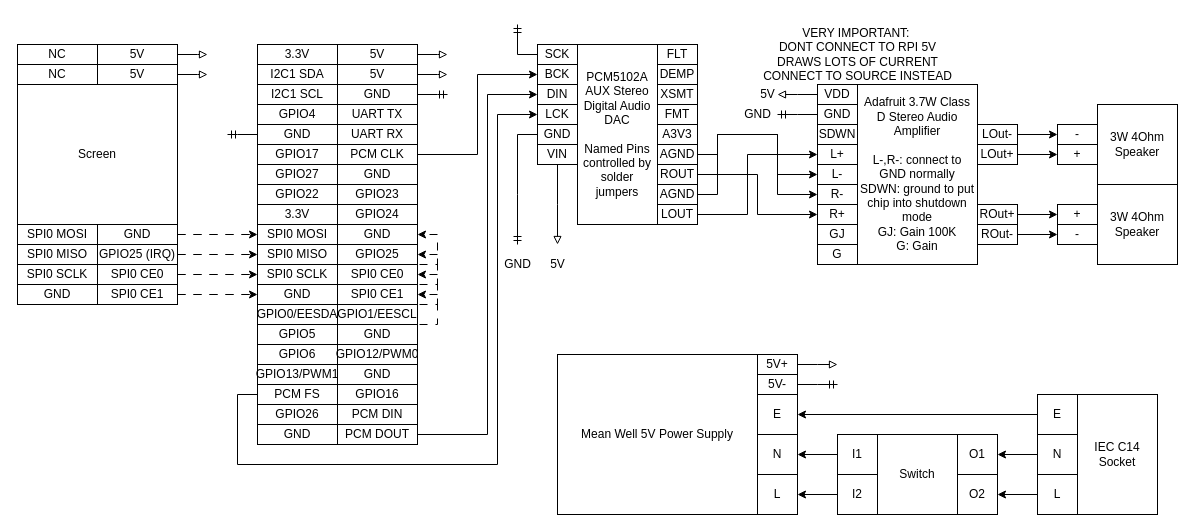
starmaid/rpi-synth keeps this draw.io diagram as page "wiring" (1 of 2) of cad/keys.drawio. Above is the earlier version. Source tidied: cells renumbered, new cells numbered last; positions are measured from the earlier drawing's top-left corner, leaving out a move shared by most shapes. Both pictures are drawn from the tidied source at 100%, with x=0, y=0 at pixel (17, 19).
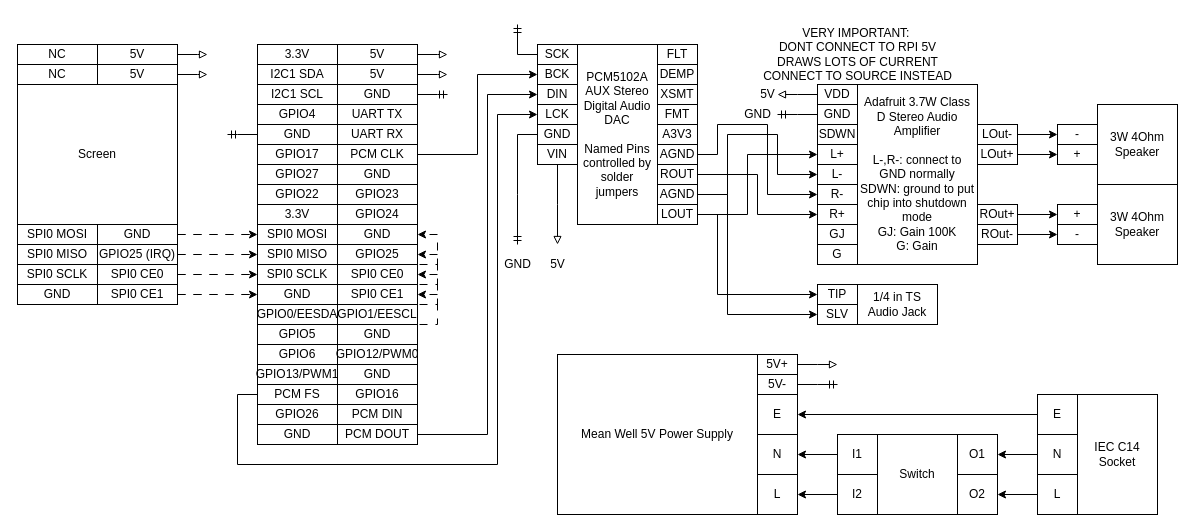
The same diagram, later.

Unchanged cells that the change refers to:
```xml
<mxCell id="81" value="R-" style="rounded=0;whiteSpace=wrap;html=1;rotation=0;" parent="1" vertex="1">
  <mxGeometry x="800" y="165" width="40" height="20" as="geometry" />
</mxCell>
<mxCell id="82" value="L-" style="rounded=0;whiteSpace=wrap;html=1;rotation=0;" parent="1" vertex="1">
  <mxGeometry x="800" y="145" width="40" height="20" as="geometry" />
</mxCell>
<mxCell id="111" value="AGND" style="rounded=0;whiteSpace=wrap;html=1;rotation=0;" parent="1" vertex="1">
  <mxGeometry x="640" y="165" width="40" height="20" as="geometry" />
</mxCell>
<mxCell id="115" value="AGND" style="rounded=0;whiteSpace=wrap;html=1;rotation=0;" parent="1" vertex="1">
  <mxGeometry x="640" y="125" width="40" height="20" as="geometry" />
</mxCell>
<mxCell id="117" value="LOUT" style="rounded=0;whiteSpace=wrap;html=1;rotation=0;" parent="1" vertex="1">
  <mxGeometry x="640" y="185" width="40" height="20" as="geometry" />
</mxCell>
```

The edit, as a diff of the source:
```diff
@@
     <mxCell id="110" style="edgeStyle=orthogonalEdgeStyle;rounded=0;jettySize=auto;html=1;entryX=0;entryY=0.5;entryDx=0;entryDy=0;" parent="1" edge="1" source="111" target="82">
       <mxGeometry relative="1" as="geometry">
         <Array as="points">
-          <mxPoint x="700" y="175" />
-          <mxPoint x="700" y="115" />
+          <mxPoint x="710" y="175" />
+          <mxPoint x="710" y="115" />
           <mxPoint x="760" y="115" />
           <mxPoint x="760" y="155" />
         </Array>
       </mxGeometry>
     </mxCell>
+    <mxCell id="148" style="edgeStyle=orthogonalEdgeStyle;rounded=0;jettySize=auto;html=1;entryX=0;entryY=0.5;entryDx=0;entryDy=0;" parent="1" edge="1" source="111" target="152">
+      <mxGeometry relative="1" as="geometry">
+        <Array as="points">
+          <mxPoint x="710" y="175" />
+          <mxPoint x="710" y="295" />
+        </Array>
+      </mxGeometry>
+    </mxCell>
@@
     <mxCell id="114" style="edgeStyle=orthogonalEdgeStyle;rounded=0;jettySize=auto;html=1;entryX=0;entryY=0.5;entryDx=0;entryDy=0;" parent="1" edge="1" source="115" target="81">
       <mxGeometry relative="1" as="geometry">
         <Array as="points">
           <mxPoint x="700" y="135" />
-          <mxPoint x="700" y="115" />
-          <mxPoint x="760" y="115" />
-          <mxPoint x="760" y="175" />
+          <mxPoint x="700" y="105" />
+          <mxPoint x="750" y="105" />
+          <mxPoint x="750" y="175" />
         </Array>
       </mxGeometry>
     </mxCell>
@@
+    <mxCell id="149" style="edgeStyle=orthogonalEdgeStyle;rounded=0;jettySize=auto;html=1;entryX=0;entryY=0.5;entryDx=0;entryDy=0;" parent="1" edge="1" source="117" target="151">
+      <mxGeometry relative="1" as="geometry">
+        <Array as="points">
+          <mxPoint x="700" y="195" />
+          <mxPoint x="700" y="275" />
+        </Array>
+      </mxGeometry>
+    </mxCell>
@@
+    <mxCell id="150" value="1/4 in TS Audio Jack" style="rounded=0;whiteSpace=wrap;html=1;" parent="1" vertex="1">
+      <mxGeometry x="840" y="265" width="80" height="40" as="geometry" />
+    </mxCell>
+    <mxCell id="151" value="TIP" style="rounded=0;whiteSpace=wrap;html=1;rotation=0;" parent="1" vertex="1">
+      <mxGeometry x="800" y="265" width="40" height="20" as="geometry" />
+    </mxCell>
+    <mxCell id="152" value="SLV" style="rounded=0;whiteSpace=wrap;html=1;rotation=0;" parent="1" vertex="1">
+      <mxGeometry x="800" y="285" width="40" height="20" as="geometry" />
+    </mxCell>
```
